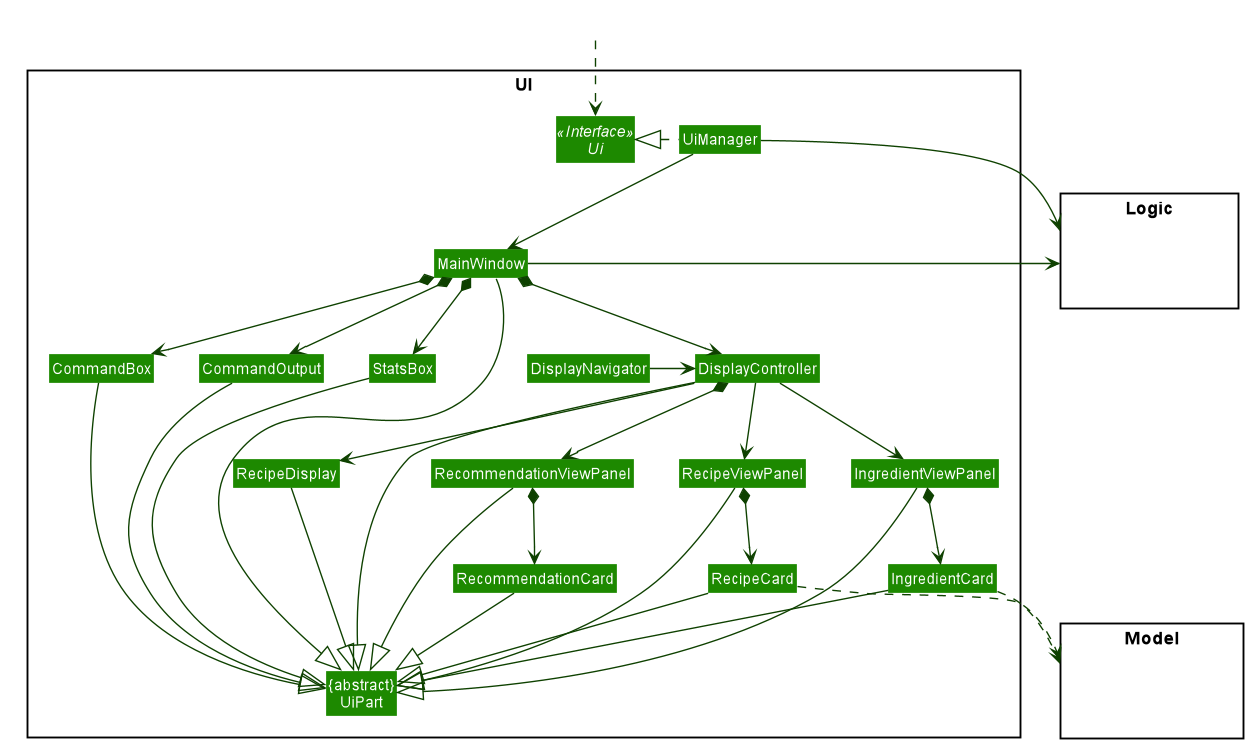
Above: docs/images/dg/UiClassDiagram.png in nus-cs2103-AY2021S1/tp (PlantUML), before the change. Source of this version:
```plantuml
@startuml








skinparam BackgroundColor #FFFFFFF

skinparam Shadowing false

skinparam Class {
    FontColor #FFFFFF
    BorderThickness 1
    BorderColor #FFFFFF
    StereotypeFontColor #FFFFFF
    FontName Arial
}

skinparam genericDisplay old

skinparam Actor {
    BorderColor #000000
    Color #000000
    FontName Arial
}

skinparam Sequence {
    MessageAlign center
    BoxFontSize 15
    BoxPadding 0
    BoxFontColor #FFFFFF
    FontName Arial
}

skinparam Participant {
    FontColor #FFFFFFF
    Padding 20
}

skinparam MinClassWidth 50
skinparam ParticipantPadding 10
skinparam Shadowing false
skinparam DefaultTextAlignment center
skinparam packageStyle Rectangle

hide footbox
hide members
hide circle
skinparam arrowThickness 1.1
skinparam arrowColor #0E4100
skinparam classBackgroundColor #1D8900

package UI <<Rectangle>>{
Interface Ui <<Interface>>
Class "{abstract}\nUiPart" as UiPart
Class UiManager
Class MainWindow
Class CommandOutput
Class RecipeViewPanel
Class RecipeCard
Class CommandBox
Class IngredientViewPanel
Class IngredientCard
Class DisplayController
Class DisplayNavigator
Class StatsBox
Class RecipeDisplay
Class RecommendationViewPanel
Class RecommendationCard
}

package Model <<Rectangle>> {
Class HiddenModel #FFFFFF
}

package Logic <<Rectangle>> {
Class HiddenLogic #FFFFFF
}

Class HiddenOutside #FFFFFF
HiddenOutside ..> Ui

UiManager .left.|> Ui
UiManager -down-> MainWindow
MainWindow *-down-> CommandOutput
MainWindow *-down-> StatsBox
MainWindow *-down-> DisplayController
DisplayController -down-> RecipeViewPanel
DisplayController -down-> IngredientViewPanel
DisplayController -down-> RecipeDisplay
MainWindow *-down-> CommandBox
DisplayController *-down-> RecommendationViewPanel
DisplayNavigator -right-> DisplayController

RecipeViewPanel *-down-> RecipeCard
IngredientViewPanel *-down-> IngredientCard
RecommendationViewPanel *-down-> RecommendationCard

MainWindow -left-|> UiPart

CommandOutput --|> UiPart
CommandBox --|> UiPart
RecipeViewPanel --|> UiPart
RecipeCard --|> UiPart
StatsBox --|> UiPart
DisplayController --|> UiPart
IngredientCard --|> UiPart
RecipeDisplay --|> UiPart
IngredientViewPanel --|> UiPart
RecommendationViewPanel --|> UiPart
RecommendationCard --|> UiPart

RecipeCard ..> Model
IngredientCard ..> Model
UiManager -right-> Logic
MainWindow -left-> Logic


CommandBox -right[hidden]- CommandOutput
CommandOutput -right[hidden]- StatsBox
StatsBox -right[hidden]- DisplayController

RecipeDisplay -right[hidden]- RecommendationViewPanel




MainWindow -[hidden]-|> UiPart
@enduml
```
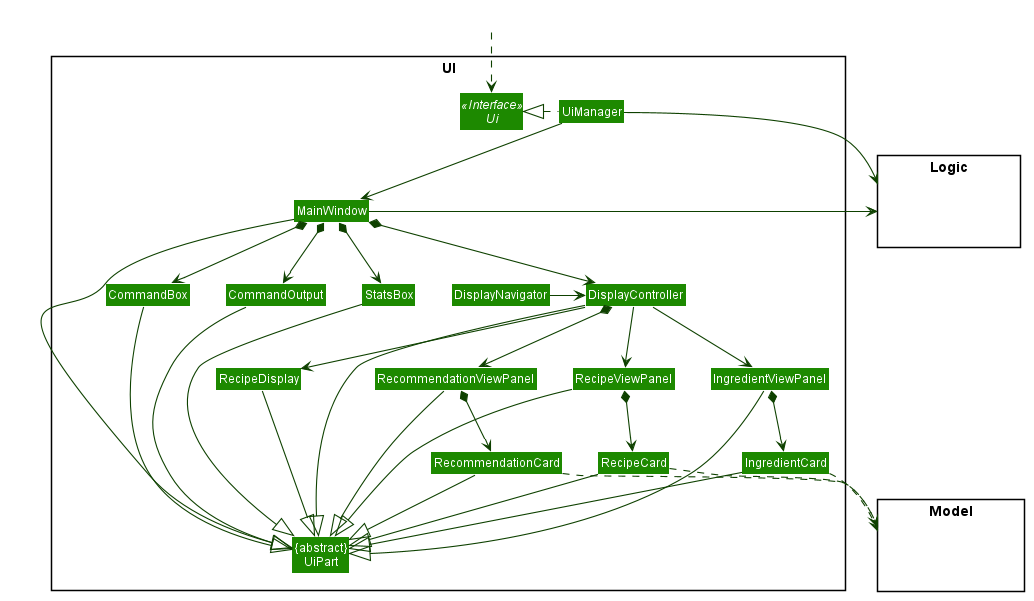
After the change.

Commit message:
Fix minor nit in UiClassDiagram

What changed in the source:
```diff
@@ -115,6 +115,7 @@
 
 RecipeCard ..> Model
 IngredientCard ..> Model
+RecommendationCard ..> Model
 UiManager -right-> Logic
 MainWindow -left-> Logic
 
```
